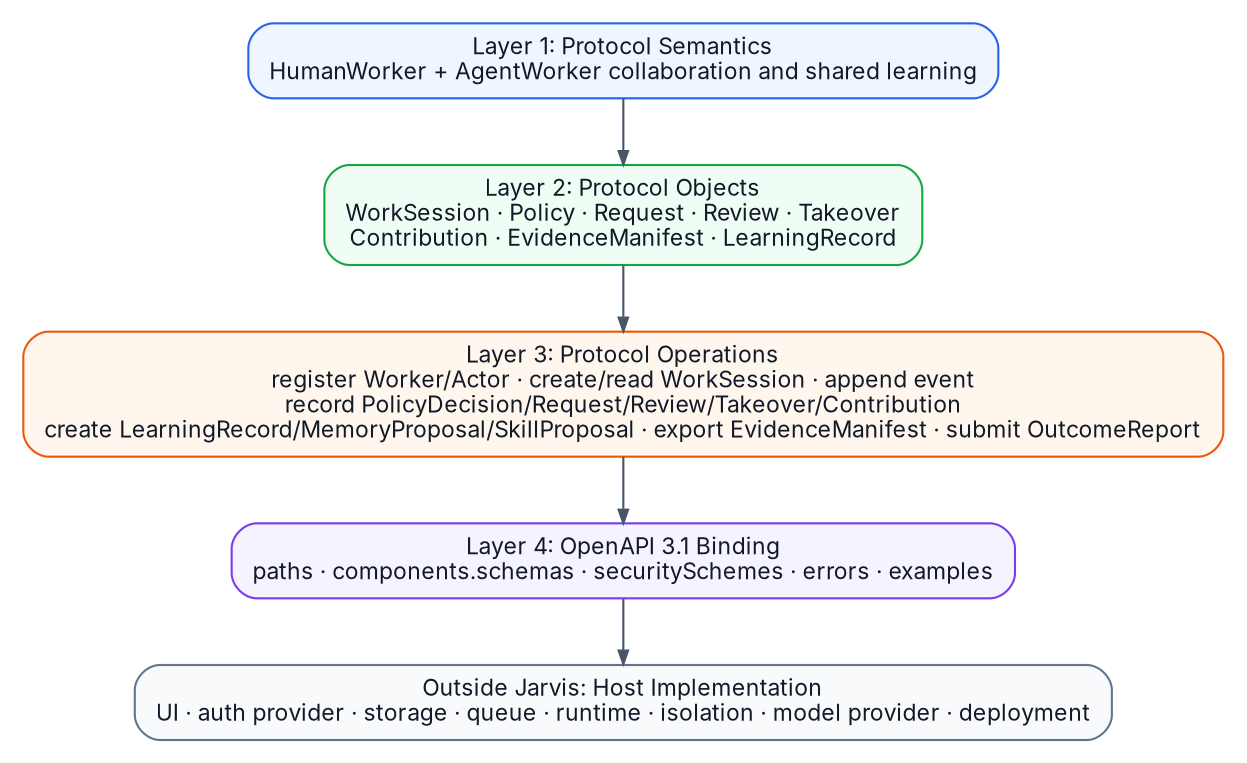
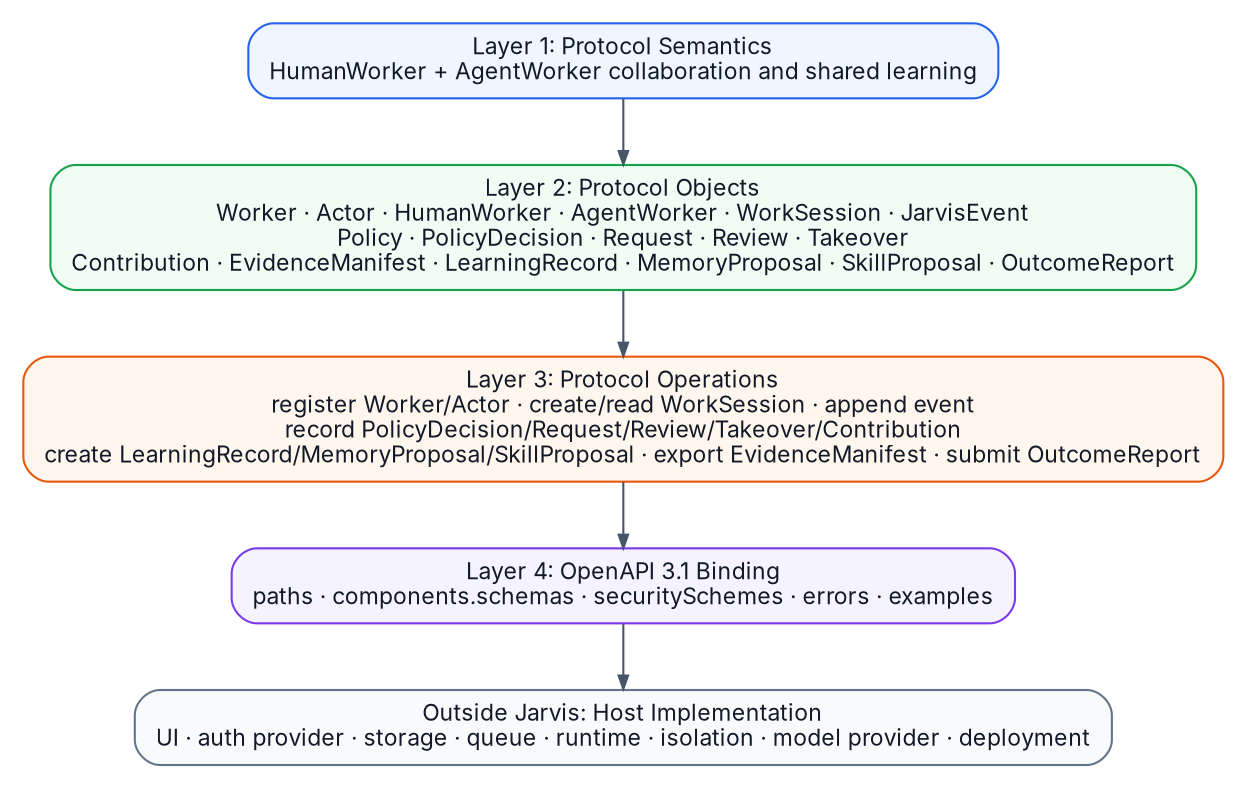
digraph G {
  graph [rankdir=TB, bgcolor="white", margin=0.1, nodesep=0.35, ranksep=0.45];
  node [shape=box, style="rounded,filled", fontname="Inter", fontsize=11, color="#94a3b8", fillcolor="#f8fafc", fontcolor="#111827", margin="0.14,0.08"];
  edge [color="#475569", arrowsize=0.65];

  l1 [label="Layer 1: Protocol Semantics\nHumanWorker + AgentWorker collaboration and shared learning", fillcolor="#eff6ff", color="#2563eb"];
-   l2 [label="Layer 2: Protocol Objects\nWorkSession · Policy · Request · Review · Takeover\nContribution · EvidenceManifest · LearningRecord", fillcolor="#f0fdf4", color="#16a34a"];
+   l2 [label="Layer 2: Protocol Objects\nWorker · Actor · HumanWorker · AgentWorker · WorkSession · JarvisEvent\nPolicy · PolicyDecision · Request · Review · Takeover\nContribution · EvidenceManifest · LearningRecord · MemoryProposal · SkillProposal · OutcomeReport", fillcolor="#f0fdf4", color="#16a34a"];
  l3 [label="Layer 3: Protocol Operations\nregister Worker/Actor · create/read WorkSession · append event\nrecord PolicyDecision/Request/Review/Takeover/Contribution\ncreate LearningRecord/MemoryProposal/SkillProposal · export EvidenceManifest · submit OutcomeReport", fillcolor="#fff7ed", color="#ea580c"];
  l4 [label="Layer 4: OpenAPI 3.1 Binding\npaths · components.schemas · securitySchemes · errors · examples", fillcolor="#f5f3ff", color="#7c3aed"];
  outside [label="Outside Jarvis: Host Implementation\nUI · auth provider · storage · queue · runtime · isolation · model provider · deployment", fillcolor="#f8fafc", color="#64748b"];

  l1 -> l2 -> l3 -> l4 -> outside;
}
